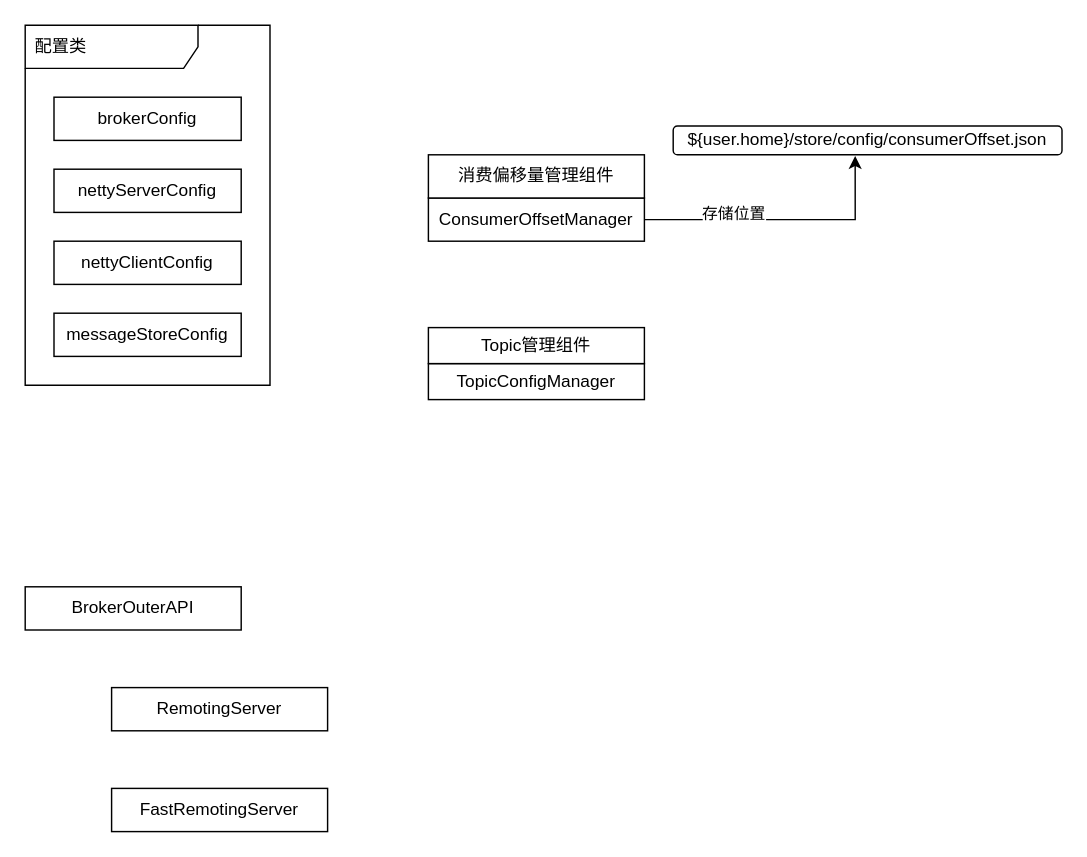
This is page "Broker架构" (5 of 5) of 未命名绘图.drawio from plx927/Java-Core-learning, a draw.io file, before an edit. Source tidied: cells renumbered, new cells numbered last; positions are measured from the earlier drawing's top-left corner, leaving out a move shared by most shapes. Both pictures are drawn from the tidied source at 144%, with x=0, y=0 at pixel (24, 24).
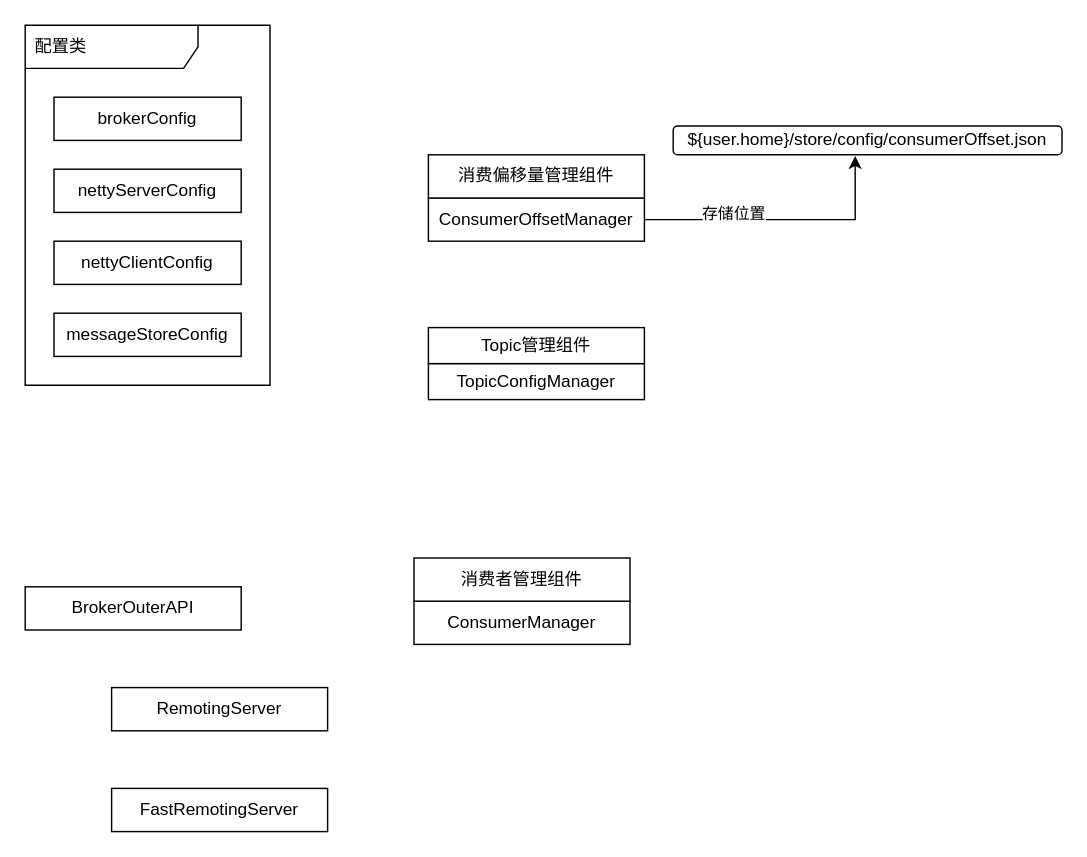
The same page after the edit.

Commit message:
更新未命名绘图.drawio

The edit, as a diff of the source:
```diff
@@
+    <mxCell id="19" style="group;" parent="1" vertex="1">
+      <mxGeometry x="270" y="370" width="150" height="60" as="geometry" />
+    </mxCell>
+    <mxCell id="20" value="ConsumerManager" style="rounded=0;whiteSpace=wrap;html=1;" parent="19" vertex="1">
+      <mxGeometry y="30" width="150" height="30" as="geometry" />
+    </mxCell>
+    <mxCell id="21" value="消费者管理组件" style="rounded=0;whiteSpace=wrap;html=1;" parent="19" vertex="1">
+      <mxGeometry width="150" height="30" as="geometry" />
+    </mxCell>
```
